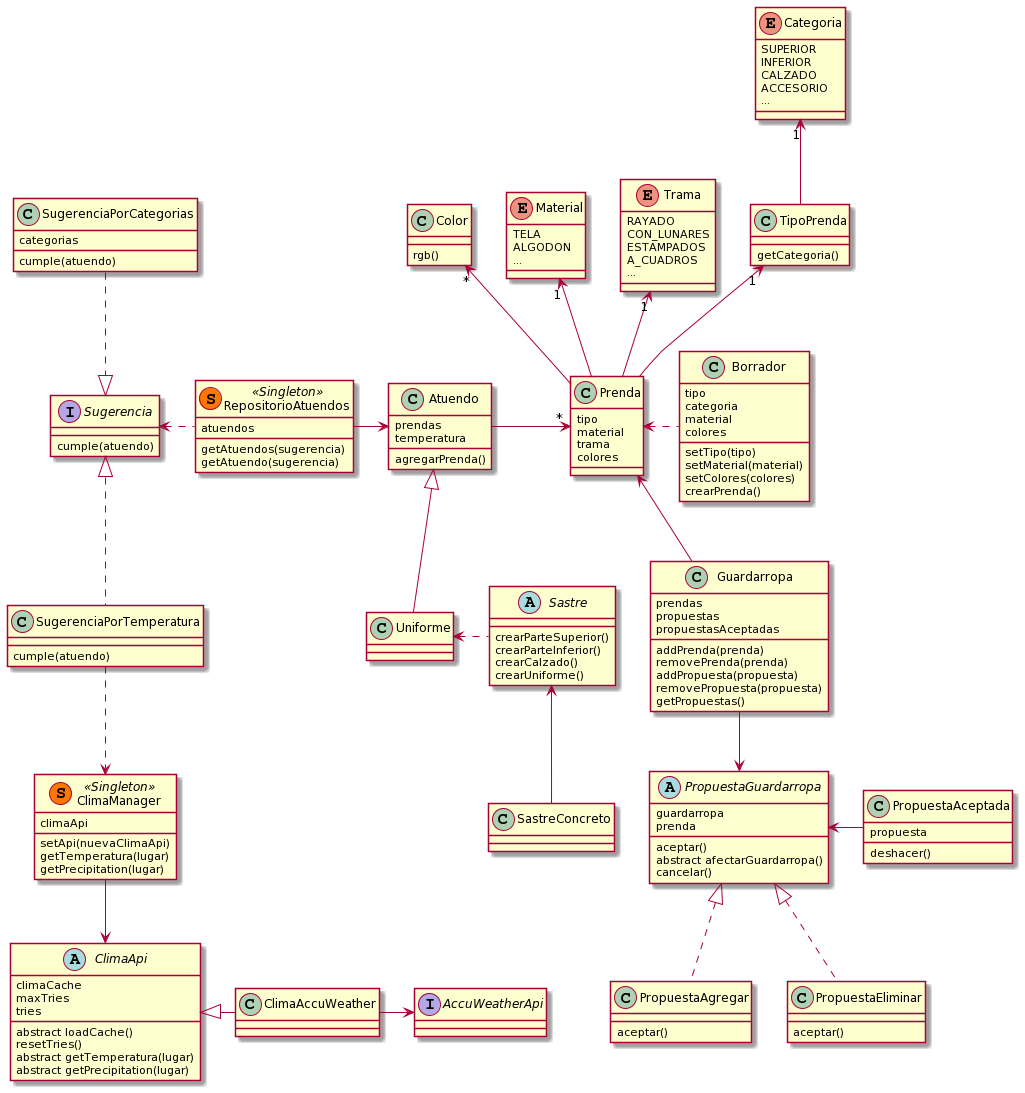
This is QMP5/diagrama.png from igonzalezmartin/QMP1, a PlantUML export, as it was before one commit.
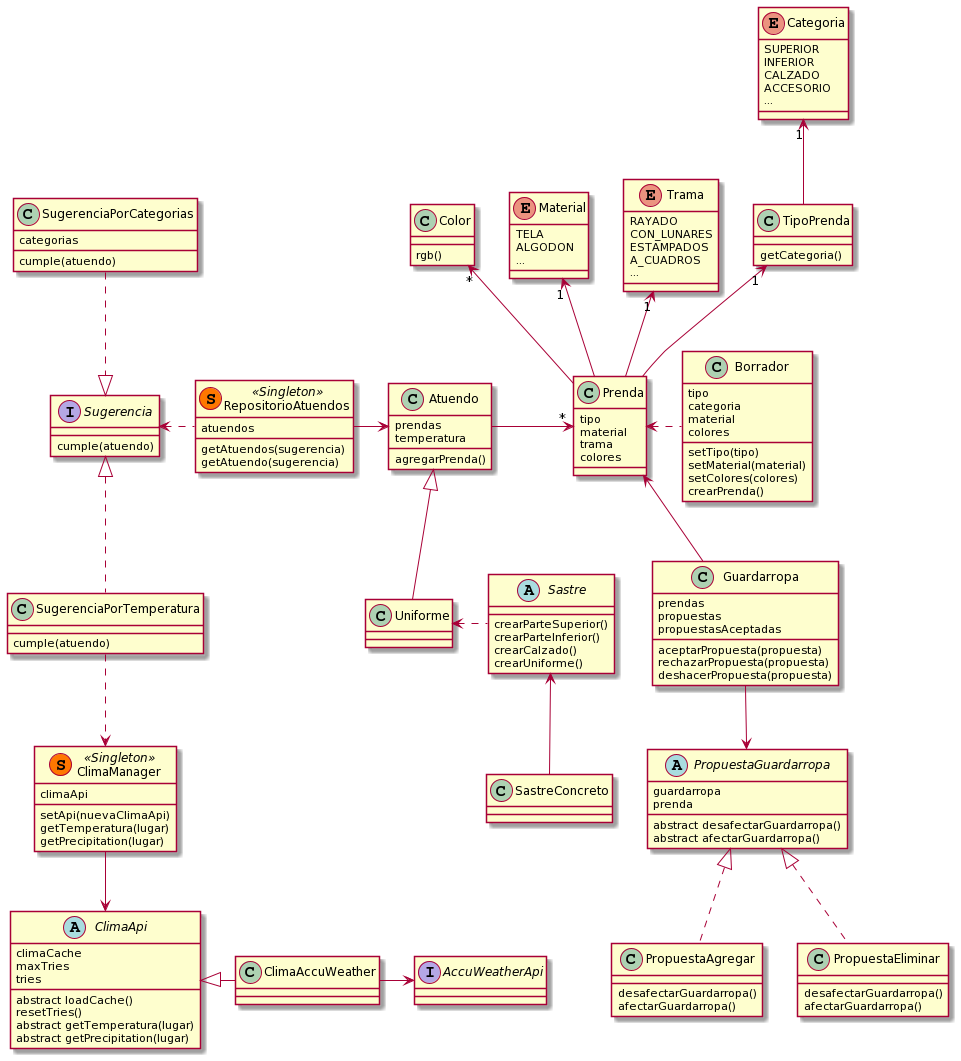
The same file after the commit.

Change to the diagram source:
```diff
@@ -80,33 +80,27 @@
     propuestas
     propuestasAceptadas
 
-    addPrenda(prenda)
-    removePrenda(prenda)
-    addPropuesta(propuesta)
-    removePropuesta(propuesta)
-    getPropuestas()
+    aceptarPropuesta(propuesta)
+    rechazarPropuesta(propuesta)
+    deshacerPropuesta(propuesta)
 }
 
 abstract class PropuestaGuardarropa{
     guardarropa
     prenda
 
-    aceptar()
+    abstract desafectarGuardarropa()
     abstract afectarGuardarropa()
-    cancelar()
 }
 
 class PropuestaAgregar{
-    aceptar()
+    desafectarGuardarropa()
+    afectarGuardarropa()
 }
 
 class PropuestaEliminar{
-    aceptar()
-}
-
-class PropuestaAceptada{
-    propuesta
-    deshacer()
+    desafectarGuardarropa()
+    afectarGuardarropa()
 }
 
 
@@ -179,7 +173,6 @@
 Guardarropa -down-> PropuestaGuardarropa
 PropuestaAgregar .up.|> PropuestaGuardarropa
 PropuestaEliminar .up.|> PropuestaGuardarropa
-PropuestaAceptada -left-> PropuestaGuardarropa
 
 
 
```
